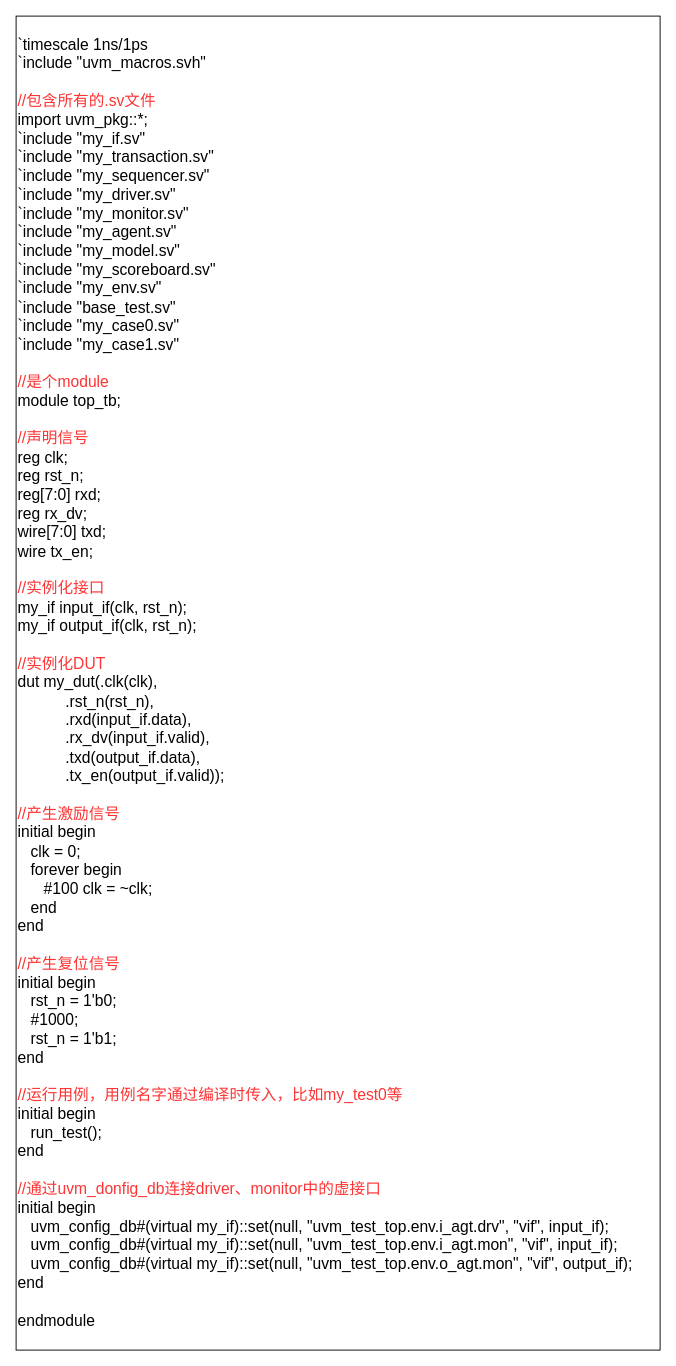
This is UVM架构总结/最终的top_tb.drawio from ghr12345/firsttest, a draw.io file, before an edit. Source tidied: cells renumbered, new cells numbered last; positions are measured from the earlier drawing's top-left corner, leaving out a move shared by most shapes. Both pictures are drawn from the tidied source at 92%, with x=0, y=0 at pixel (16, 16).
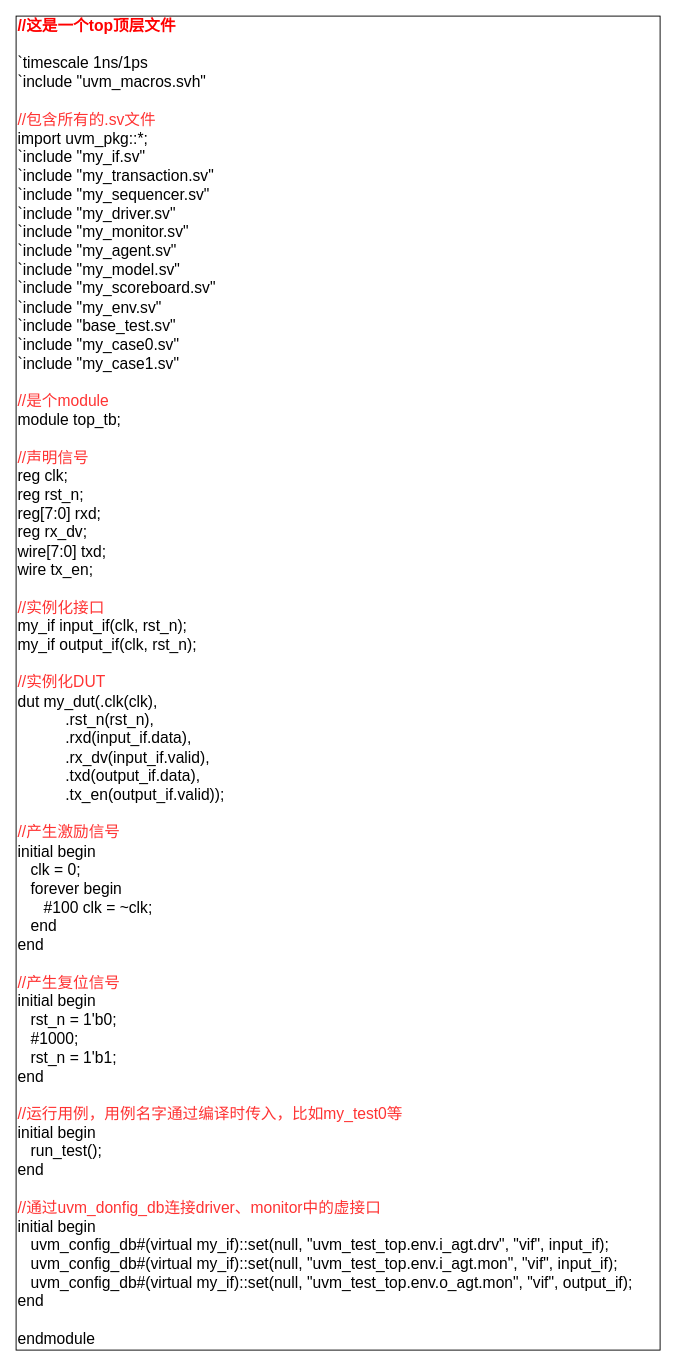
After the change.

Commit message (it also covers changes not shown here):
更新最终的top_tb.drawio

Diff of the diagram source:
```diff
@@
 <mxGraphModel>
   <root>
     <mxCell id="0" />
     <mxCell id="1" parent="0" />
-    <mxCell id="2" value="&lt;div&gt;`timescale 1ns/1ps&lt;/div&gt;&lt;div&gt;`include &quot;uvm_macros.svh&quot;&lt;/div&gt;&lt;div&gt;&lt;br&gt;&lt;/div&gt;&lt;div&gt;&lt;font color=&quot;#ff3333&quot;&gt;//包含所有的.sv文件&lt;/font&gt;&lt;/div&gt;&lt;div&gt;import uvm_pkg::*;&lt;/div&gt;&lt;div&gt;`include &quot;my_if.sv&quot;&lt;/div&gt;&lt;div&gt;`include &quot;my_transaction.sv&quot;&lt;/div&gt;&lt;div&gt;`include &quot;my_sequencer.sv&quot;&lt;/div&gt;&lt;div&gt;`include &quot;my_driver.sv&quot;&lt;/div&gt;&lt;div&gt;`include &quot;my_monitor.sv&quot;&lt;/div&gt;&lt;div&gt;`include &quot;my_agent.sv&quot;&lt;/div&gt;&lt;div&gt;`include &quot;my_model.sv&quot;&lt;/div&gt;&lt;div&gt;`include &quot;my_scoreboard.sv&quot;&lt;/div&gt;&lt;div&gt;`include &quot;my_env.sv&quot;&lt;/div&gt;&lt;div&gt;`include &quot;base_test.sv&quot;&lt;/div&gt;&lt;div&gt;`include &quot;my_case0.sv&quot;&lt;/div&gt;&lt;div&gt;`include &quot;my_case1.sv&quot;&lt;/div&gt;&lt;div&gt;&lt;br&gt;&lt;/div&gt;&lt;div&gt;&lt;span style=&quot;color: rgb(255 , 51 , 51)&quot;&gt;//是个module&lt;/span&gt;&lt;br&gt;&lt;/div&gt;&lt;div&gt;module top_tb;&lt;/div&gt;&lt;div&gt;&lt;br&gt;&lt;/div&gt;&lt;div&gt;&lt;span style=&quot;color: rgb(255 , 51 , 51)&quot;&gt;//声明信号&lt;/span&gt;&lt;br&gt;&lt;/div&gt;&lt;div&gt;reg clk;&lt;/div&gt;&lt;div&gt;reg rst_n;&lt;/div&gt;&lt;div&gt;reg[7:0] rxd;&lt;/div&gt;&lt;div&gt;reg rx_dv;&lt;/div&gt;&lt;div&gt;wire[7:0] txd;&lt;/div&gt;&lt;div&gt;wire tx_en;&lt;/div&gt;&lt;div&gt;&lt;br&gt;&lt;/div&gt;&lt;div&gt;&lt;span style=&quot;color: rgb(255 , 51 , 51)&quot;&gt;//实例化接口&lt;/span&gt;&lt;br&gt;&lt;/div&gt;&lt;div&gt;my_if input_if(clk, rst_n);&lt;/div&gt;&lt;div&gt;my_if output_if(clk, rst_n);&lt;/div&gt;&lt;div&gt;&lt;br&gt;&lt;/div&gt;&lt;div&gt;&lt;span style=&quot;color: rgb(255 , 51 , 51)&quot;&gt;//实例化DUT&lt;/span&gt;&lt;br&gt;&lt;/div&gt;&lt;div&gt;dut my_dut(.clk(clk),&lt;/div&gt;&lt;div&gt;&amp;nbsp; &amp;nbsp; &amp;nbsp; &amp;nbsp; &amp;nbsp; &amp;nbsp;.rst_n(rst_n),&lt;/div&gt;&lt;div&gt;&amp;nbsp; &amp;nbsp; &amp;nbsp; &amp;nbsp; &amp;nbsp; &amp;nbsp;.rxd(input_if.data),&lt;/div&gt;&lt;div&gt;&amp;nbsp; &amp;nbsp; &amp;nbsp; &amp;nbsp; &amp;nbsp; &amp;nbsp;.rx_dv(input_if.valid),&lt;/div&gt;&lt;div&gt;&amp;nbsp; &amp;nbsp; &amp;nbsp; &amp;nbsp; &amp;nbsp; &amp;nbsp;.txd(output_if.data),&lt;/div&gt;&lt;div&gt;&amp;nbsp; &amp;nbsp; &amp;nbsp; &amp;nbsp; &amp;nbsp; &amp;nbsp;.tx_en(output_if.valid));&lt;/div&gt;&lt;div&gt;&lt;br&gt;&lt;/div&gt;&lt;div&gt;&lt;span style=&quot;color: rgb(255 , 51 , 51)&quot;&gt;//产生激励信号&lt;/span&gt;&lt;br&gt;&lt;/div&gt;&lt;div&gt;initial begin&lt;/div&gt;&lt;div&gt;&amp;nbsp; &amp;nbsp;clk = 0;&lt;/div&gt;&lt;div&gt;&amp;nbsp; &amp;nbsp;forever begin&lt;/div&gt;&lt;div&gt;&amp;nbsp; &amp;nbsp; &amp;nbsp; #100 clk = ~clk;&lt;/div&gt;&lt;div&gt;&amp;nbsp; &amp;nbsp;end&lt;/div&gt;&lt;div&gt;end&lt;/div&gt;&lt;div&gt;&lt;br&gt;&lt;/div&gt;&lt;div&gt;&lt;span style=&quot;color: rgb(255 , 51 , 51)&quot;&gt;//产生复位信号&lt;/span&gt;&lt;br&gt;&lt;/div&gt;&lt;div&gt;initial begin&lt;/div&gt;&lt;div&gt;&amp;nbsp; &amp;nbsp;rst_n = 1'b0;&lt;/div&gt;&lt;div&gt;&amp;nbsp; &amp;nbsp;#1000;&lt;/div&gt;&lt;div&gt;&amp;nbsp; &amp;nbsp;rst_n = 1'b1;&lt;/div&gt;&lt;div&gt;end&lt;/div&gt;&lt;div&gt;&lt;br&gt;&lt;/div&gt;&lt;div&gt;&lt;span style=&quot;color: rgb(255 , 51 , 51)&quot;&gt;//运行用例，用例名字通过编译时传入，比如my_test0等&lt;/span&gt;&lt;br&gt;&lt;/div&gt;&lt;div&gt;initial begin&lt;/div&gt;&lt;div&gt;&amp;nbsp; &amp;nbsp;run_test();&lt;/div&gt;&lt;div&gt;end&lt;/div&gt;&lt;div&gt;&lt;br&gt;&lt;/div&gt;&lt;div&gt;&lt;span style=&quot;color: rgb(255 , 51 , 51)&quot;&gt;//通过uvm_donfig_db连接driver、monitor中的虚接口&lt;/span&gt;&lt;br&gt;&lt;/div&gt;&lt;div&gt;initial begin&lt;/div&gt;&lt;div&gt;&amp;nbsp; &amp;nbsp;uvm_config_db#(virtual my_if)::set(null, &quot;uvm_test_top.env.i_agt.drv&quot;, &quot;vif&quot;, input_if);&lt;/div&gt;&lt;div&gt;&amp;nbsp; &amp;nbsp;uvm_config_db#(virtual my_if)::set(null, &quot;uvm_test_top.env.i_agt.mon&quot;, &quot;vif&quot;, input_if);&lt;/div&gt;&lt;div&gt;&amp;nbsp; &amp;nbsp;uvm_config_db#(virtual my_if)::set(null, &quot;uvm_test_top.env.o_agt.mon&quot;, &quot;vif&quot;, output_if);&lt;/div&gt;&lt;div&gt;end&lt;/div&gt;&lt;div&gt;&lt;br&gt;&lt;/div&gt;&lt;div&gt;endmodule&lt;/div&gt;" style="rounded=0;whiteSpace=wrap;html=1;fontSize=17;align=left;" parent="1" vertex="1">
+    <mxCell id="2" value="&lt;div&gt;&lt;font color=&quot;#ff0000&quot;&gt;&lt;b&gt;//这是一个top顶层文件&lt;/b&gt;&lt;/font&gt;&lt;/div&gt;&lt;div&gt;&lt;br&gt;&lt;/div&gt;&lt;div&gt;`timescale 1ns/1ps&lt;/div&gt;&lt;div&gt;`include &quot;uvm_macros.svh&quot;&lt;/div&gt;&lt;div&gt;&lt;br&gt;&lt;/div&gt;&lt;div&gt;&lt;font color=&quot;#ff3333&quot;&gt;//包含所有的.sv文件&lt;/font&gt;&lt;/div&gt;&lt;div&gt;import uvm_pkg::*;&lt;/div&gt;&lt;div&gt;`include &quot;my_if.sv&quot;&lt;/div&gt;&lt;div&gt;`include &quot;my_transaction.sv&quot;&lt;/div&gt;&lt;div&gt;`include &quot;my_sequencer.sv&quot;&lt;/div&gt;&lt;div&gt;`include &quot;my_driver.sv&quot;&lt;/div&gt;&lt;div&gt;`include &quot;my_monitor.sv&quot;&lt;/div&gt;&lt;div&gt;`include &quot;my_agent.sv&quot;&lt;/div&gt;&lt;div&gt;`include &quot;my_model.sv&quot;&lt;/div&gt;&lt;div&gt;`include &quot;my_scoreboard.sv&quot;&lt;/div&gt;&lt;div&gt;`include &quot;my_env.sv&quot;&lt;/div&gt;&lt;div&gt;`include &quot;base_test.sv&quot;&lt;/div&gt;&lt;div&gt;`include &quot;my_case0.sv&quot;&lt;/div&gt;&lt;div&gt;`include &quot;my_case1.sv&quot;&lt;/div&gt;&lt;div&gt;&lt;br&gt;&lt;/div&gt;&lt;div&gt;&lt;span style=&quot;color: rgb(255 , 51 , 51)&quot;&gt;//是个module&lt;/span&gt;&lt;br&gt;&lt;/div&gt;&lt;div&gt;module top_tb;&lt;/div&gt;&lt;div&gt;&lt;br&gt;&lt;/div&gt;&lt;div&gt;&lt;span style=&quot;color: rgb(255 , 51 , 51)&quot;&gt;//声明信号&lt;/span&gt;&lt;br&gt;&lt;/div&gt;&lt;div&gt;reg clk;&lt;/div&gt;&lt;div&gt;reg rst_n;&lt;/div&gt;&lt;div&gt;reg[7:0] rxd;&lt;/div&gt;&lt;div&gt;reg rx_dv;&lt;/div&gt;&lt;div&gt;wire[7:0] txd;&lt;/div&gt;&lt;div&gt;wire tx_en;&lt;/div&gt;&lt;div&gt;&lt;br&gt;&lt;/div&gt;&lt;div&gt;&lt;span style=&quot;color: rgb(255 , 51 , 51)&quot;&gt;//实例化接口&lt;/span&gt;&lt;br&gt;&lt;/div&gt;&lt;div&gt;my_if input_if(clk, rst_n);&lt;/div&gt;&lt;div&gt;my_if output_if(clk, rst_n);&lt;/div&gt;&lt;div&gt;&lt;br&gt;&lt;/div&gt;&lt;div&gt;&lt;span style=&quot;color: rgb(255 , 51 , 51)&quot;&gt;//实例化DUT&lt;/span&gt;&lt;br&gt;&lt;/div&gt;&lt;div&gt;dut my_dut(.clk(clk),&lt;/div&gt;&lt;div&gt;&amp;nbsp; &amp;nbsp; &amp;nbsp; &amp;nbsp; &amp;nbsp; &amp;nbsp;.rst_n(rst_n),&lt;/div&gt;&lt;div&gt;&amp;nbsp; &amp;nbsp; &amp;nbsp; &amp;nbsp; &amp;nbsp; &amp;nbsp;.rxd(input_if.data),&lt;/div&gt;&lt;div&gt;&amp;nbsp; &amp;nbsp; &amp;nbsp; &amp;nbsp; &amp;nbsp; &amp;nbsp;.rx_dv(input_if.valid),&lt;/div&gt;&lt;div&gt;&amp;nbsp; &amp;nbsp; &amp;nbsp; &amp;nbsp; &amp;nbsp; &amp;nbsp;.txd(output_if.data),&lt;/div&gt;&lt;div&gt;&amp;nbsp; &amp;nbsp; &amp;nbsp; &amp;nbsp; &amp;nbsp; &amp;nbsp;.tx_en(output_if.valid));&lt;/div&gt;&lt;div&gt;&lt;br&gt;&lt;/div&gt;&lt;div&gt;&lt;span style=&quot;color: rgb(255 , 51 , 51)&quot;&gt;//产生激励信号&lt;/span&gt;&lt;br&gt;&lt;/div&gt;&lt;div&gt;initial begin&lt;/div&gt;&lt;div&gt;&amp;nbsp; &amp;nbsp;clk = 0;&lt;/div&gt;&lt;div&gt;&amp;nbsp; &amp;nbsp;forever begin&lt;/div&gt;&lt;div&gt;&amp;nbsp; &amp;nbsp; &amp;nbsp; #100 clk = ~clk;&lt;/div&gt;&lt;div&gt;&amp;nbsp; &amp;nbsp;end&lt;/div&gt;&lt;div&gt;end&lt;/div&gt;&lt;div&gt;&lt;br&gt;&lt;/div&gt;&lt;div&gt;&lt;span style=&quot;color: rgb(255 , 51 , 51)&quot;&gt;//产生复位信号&lt;/span&gt;&lt;br&gt;&lt;/div&gt;&lt;div&gt;initial begin&lt;/div&gt;&lt;div&gt;&amp;nbsp; &amp;nbsp;rst_n = 1'b0;&lt;/div&gt;&lt;div&gt;&amp;nbsp; &amp;nbsp;#1000;&lt;/div&gt;&lt;div&gt;&amp;nbsp; &amp;nbsp;rst_n = 1'b1;&lt;/div&gt;&lt;div&gt;end&lt;/div&gt;&lt;div&gt;&lt;br&gt;&lt;/div&gt;&lt;div&gt;&lt;span style=&quot;color: rgb(255 , 51 , 51)&quot;&gt;//运行用例，用例名字通过编译时传入，比如my_test0等&lt;/span&gt;&lt;br&gt;&lt;/div&gt;&lt;div&gt;initial begin&lt;/div&gt;&lt;div&gt;&amp;nbsp; &amp;nbsp;run_test();&lt;/div&gt;&lt;div&gt;end&lt;/div&gt;&lt;div&gt;&lt;br&gt;&lt;/div&gt;&lt;div&gt;&lt;span style=&quot;color: rgb(255 , 51 , 51)&quot;&gt;//通过uvm_donfig_db连接driver、monitor中的虚接口&lt;/span&gt;&lt;br&gt;&lt;/div&gt;&lt;div&gt;initial begin&lt;/div&gt;&lt;div&gt;&amp;nbsp; &amp;nbsp;uvm_config_db#(virtual my_if)::set(null, &quot;uvm_test_top.env.i_agt.drv&quot;, &quot;vif&quot;, input_if);&lt;/div&gt;&lt;div&gt;&amp;nbsp; &amp;nbsp;uvm_config_db#(virtual my_if)::set(null, &quot;uvm_test_top.env.i_agt.mon&quot;, &quot;vif&quot;, input_if);&lt;/div&gt;&lt;div&gt;&amp;nbsp; &amp;nbsp;uvm_config_db#(virtual my_if)::set(null, &quot;uvm_test_top.env.o_agt.mon&quot;, &quot;vif&quot;, output_if);&lt;/div&gt;&lt;div&gt;end&lt;/div&gt;&lt;div&gt;&lt;br&gt;&lt;/div&gt;&lt;div&gt;endmodule&lt;/div&gt;" style="rounded=0;whiteSpace=wrap;html=1;fontSize=17;align=left;" parent="1" vertex="1">
       <mxGeometry width="700" height="1450" as="geometry" />
     </mxCell>
   </root>
 </mxGraphModel>
```
